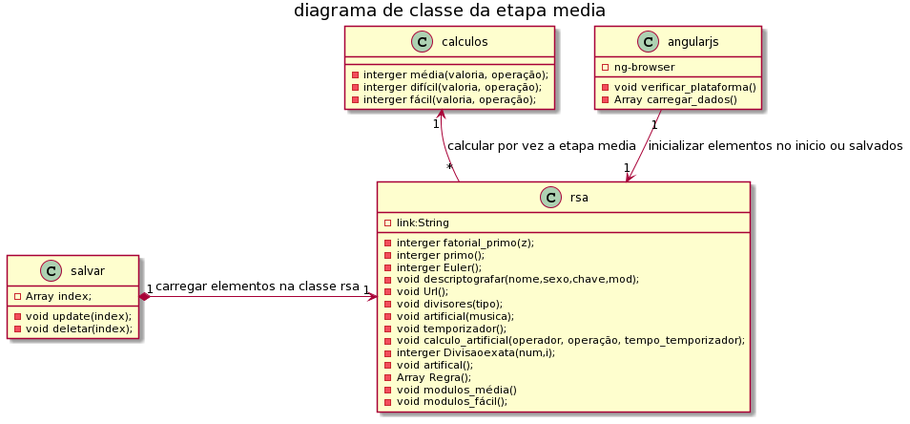
Earlier version of the PlantUML export imagens/diagrama de classe da etapa média.png (guimaraesprogramador/Desafio).
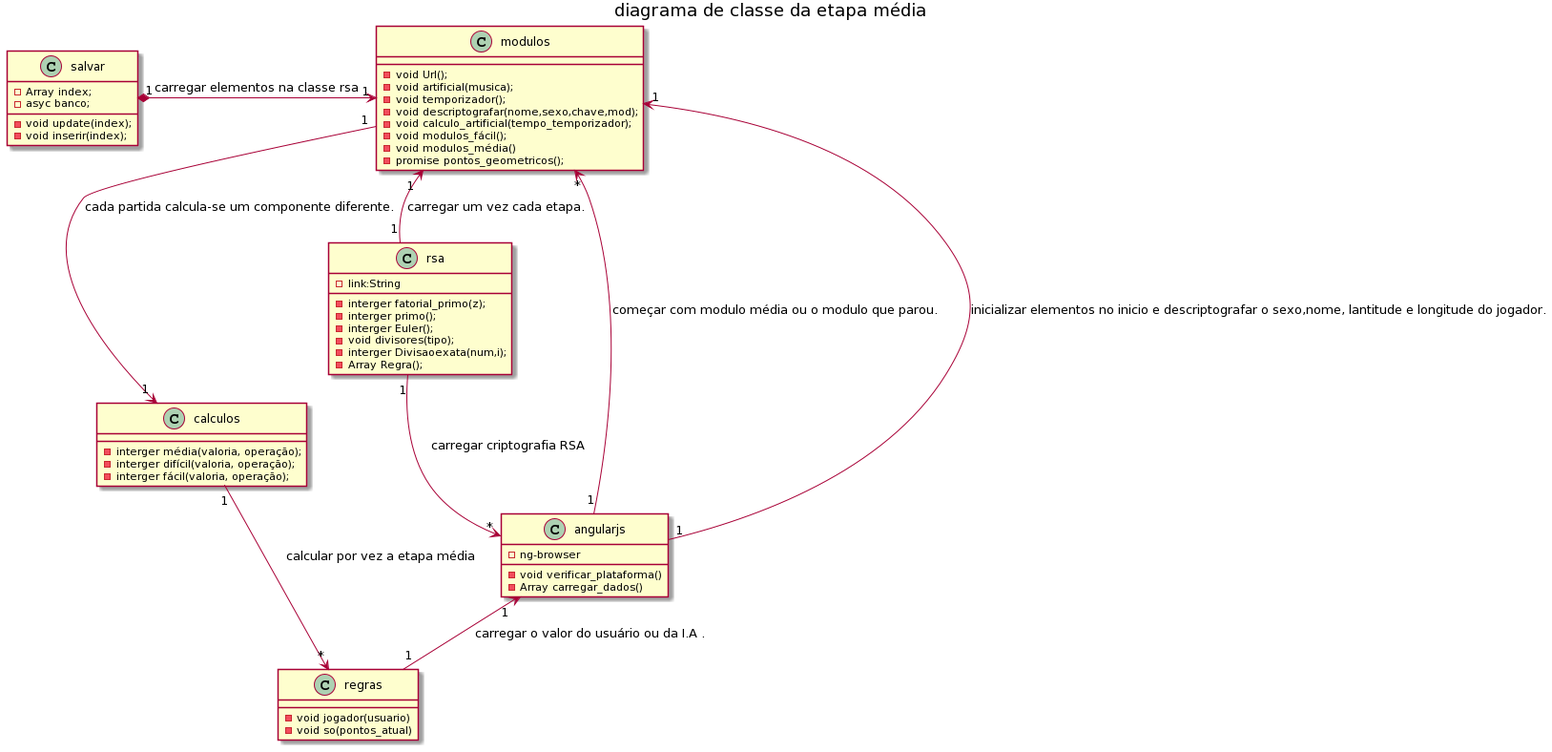
After the change.

Change to the diagram source:
```diff
@@ -1,29 +1,29 @@
 @startuml
-title diagrama de classe da etapa media
-
+title diagrama de classe da etapa média
 CLass "calculos"{
  - interger média(valoria, operação);
  - interger difícil(valoria, operação);
  - interger fácil(valoria, operação);
 
 }
+class "modulos"{
+ -void Url();
+- void artificial(musica);
+- void temporizador();
+-void descriptografar(nome,sexo,chave,mod);
+- void calculo_artificial(tempo_temporizador);
+ - void modulos_fácil();
+- void modulos_média()
+- promise pontos_geometricos();
+}
 Class "rsa"{
  -link:String
  -interger fatorial_primo(z);
 -interger primo();
 -interger Euler();
--void descriptografar(nome,sexo,chave,mod);
- -void Url();
 -void divisores(tipo);
-- void artificial(musica);
-- void temporizador();
-- void calculo_artificial(operador, operação, tempo_temporizador);
 - interger Divisaoexata(num,i);
- - void artifical();
  - Array Regra();
-- void modulos_média()
- - void modulos_fácil();
-
 }
 
 class angularjs{
@@ -31,12 +31,22 @@
  -void verificar_plataforma()
  - Array carregar_dados()
 }
+class "regras"{
+- void jogador(usuario)
+- void so(pontos_atual)
+}
 class salvar{
 - Array index;
+- asyc banco;
 -void update(index);
-- void deletar(index);
+- void inserir(index);
 }
-calculos"1" <-- "*" rsa: calcular por vez a etapa media
-angularjs "1" -->"1" rsa: inicializar elementos no inicio ou salvados
-salvar "1" *-> "1" rsa: carregar elementos na classe rsa
+rsa "1" -->  "*" angularjs: carregar criptografia RSA
+angularjs "1" --> "*" "modulos": começar com modulo média ou o modulo que parou.
+modulos "1" --> "1" calculos: cada partida calcula-se um componente diferente.
+calculos"1" --> "*" regras: calcular por vez a etapa média
+angularjs "1" -->"1" modulos: inicializar elementos no inicio e descriptografar o sexo,nome, lantitude e longitude do jogador.
+angularjs "1" <--"1" regras: carregar o valor do usuário ou da I.A .
+modulos "1" <-- "1" rsa: carregar um vez cada etapa.
+salvar "1" *-> "1" modulos: carregar elementos na classe rsa
 @enduml
```
